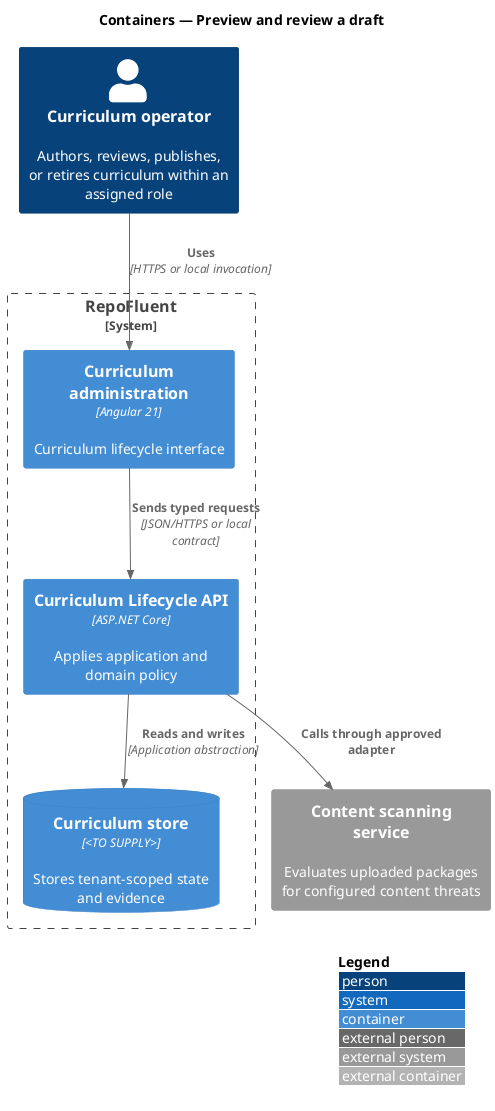
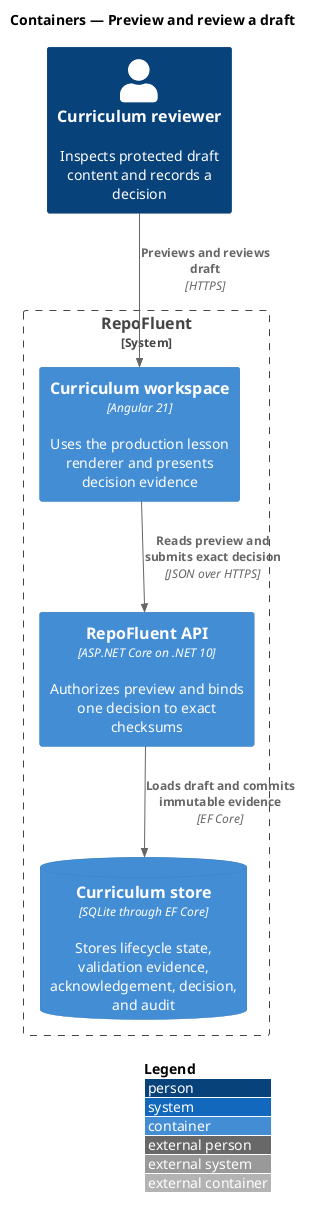
@startuml
!include <C4/C4_Container>
LAYOUT_WITH_LEGEND()
title Containers — Preview and review a draft

- Person(actor, "Curriculum operator", "Authors, reviews, publishes, or retires curriculum within an assigned role")
+ Person(reviewer, "Curriculum reviewer", "Inspects protected draft content and records a decision")
System_Boundary(repofluent, "RepoFluent") {
-   Container(entry, "Curriculum administration", "Angular 21", "Curriculum lifecycle interface")
-   Container(api, "Curriculum Lifecycle API", "ASP.NET Core", "Applies application and domain policy")
-   ContainerDb(store, "Curriculum store", "<TO SUPPLY>", "Stores tenant-scoped state and evidence")
+   Container(web, "Curriculum workspace", "Angular 21", "Uses the production lesson renderer and presents decision evidence")
+   Container(api, "RepoFluent API", "ASP.NET Core on .NET 10", "Authorizes preview and binds one decision to exact checksums")
+   ContainerDb(store, "Curriculum store", "SQLite through EF Core", "Stores lifecycle state, validation evidence, acknowledgement, decision, and audit")
}
- System_Ext(dependency, "Content scanning service", "Evaluates uploaded packages for configured content threats")

- Rel(actor, entry, "Uses", "HTTPS or local invocation")
- Rel(entry, api, "Sends typed requests", "JSON/HTTPS or local contract")
- Rel(api, store, "Reads and writes", "Application abstraction")
- Rel(api, dependency, "Calls through approved adapter")
+ Rel(reviewer, web, "Previews and reviews draft", "HTTPS")
+ Rel(web, api, "Reads preview and submits exact decision", "JSON over HTTPS")
+ Rel(api, store, "Loads draft and commits immutable evidence", "EF Core")
@enduml
